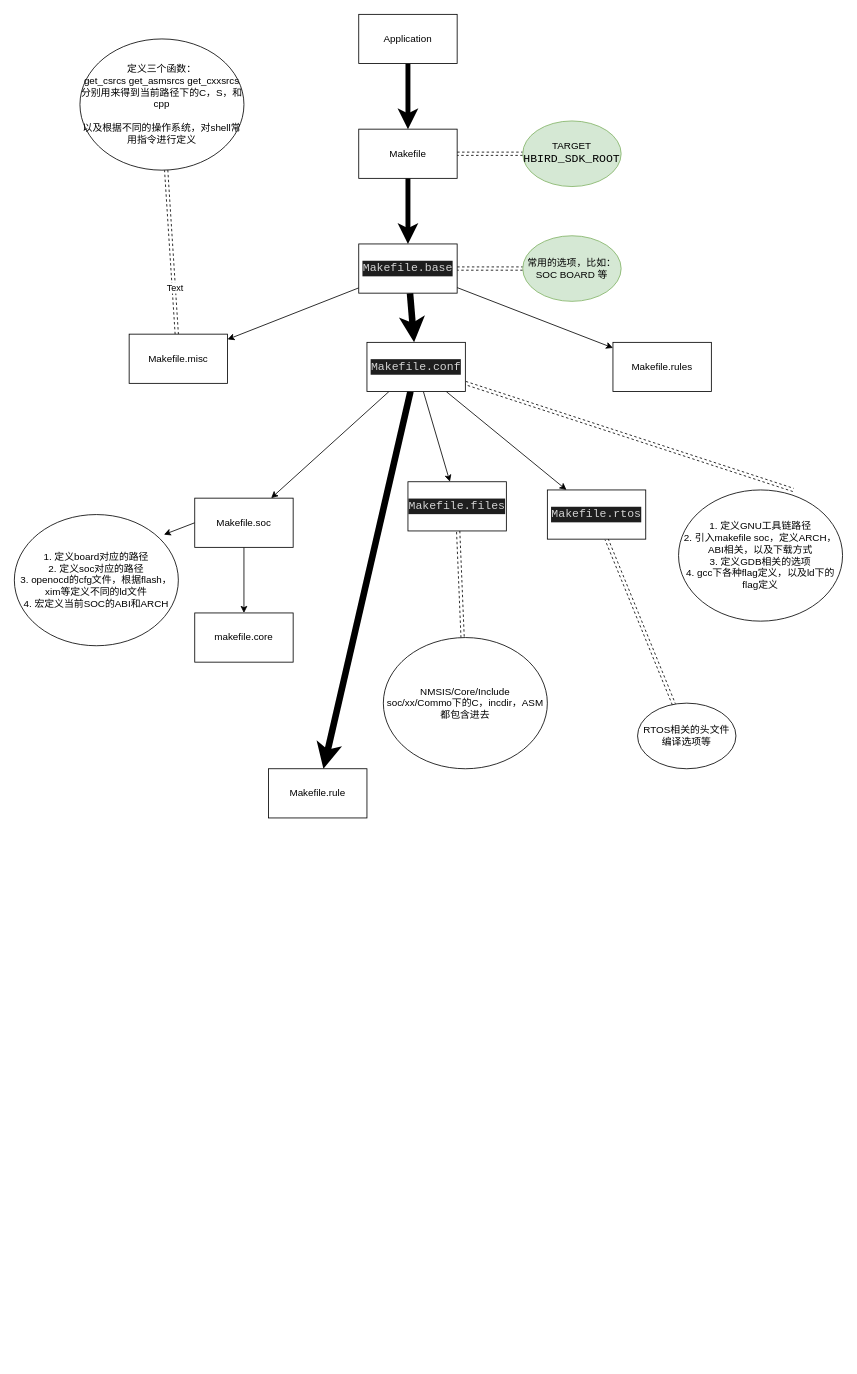
Above: Untitled Diagram.drawio in wangpengabc/test (draw.io), before the change. Source tidied: cells renumbered, new cells numbered last; positions are measured from the earlier drawing's top-left corner, leaving out a move shared by most shapes. Both pictures are drawn from the tidied source at 82%, with x=0, y=0 at pixel (14, 14).
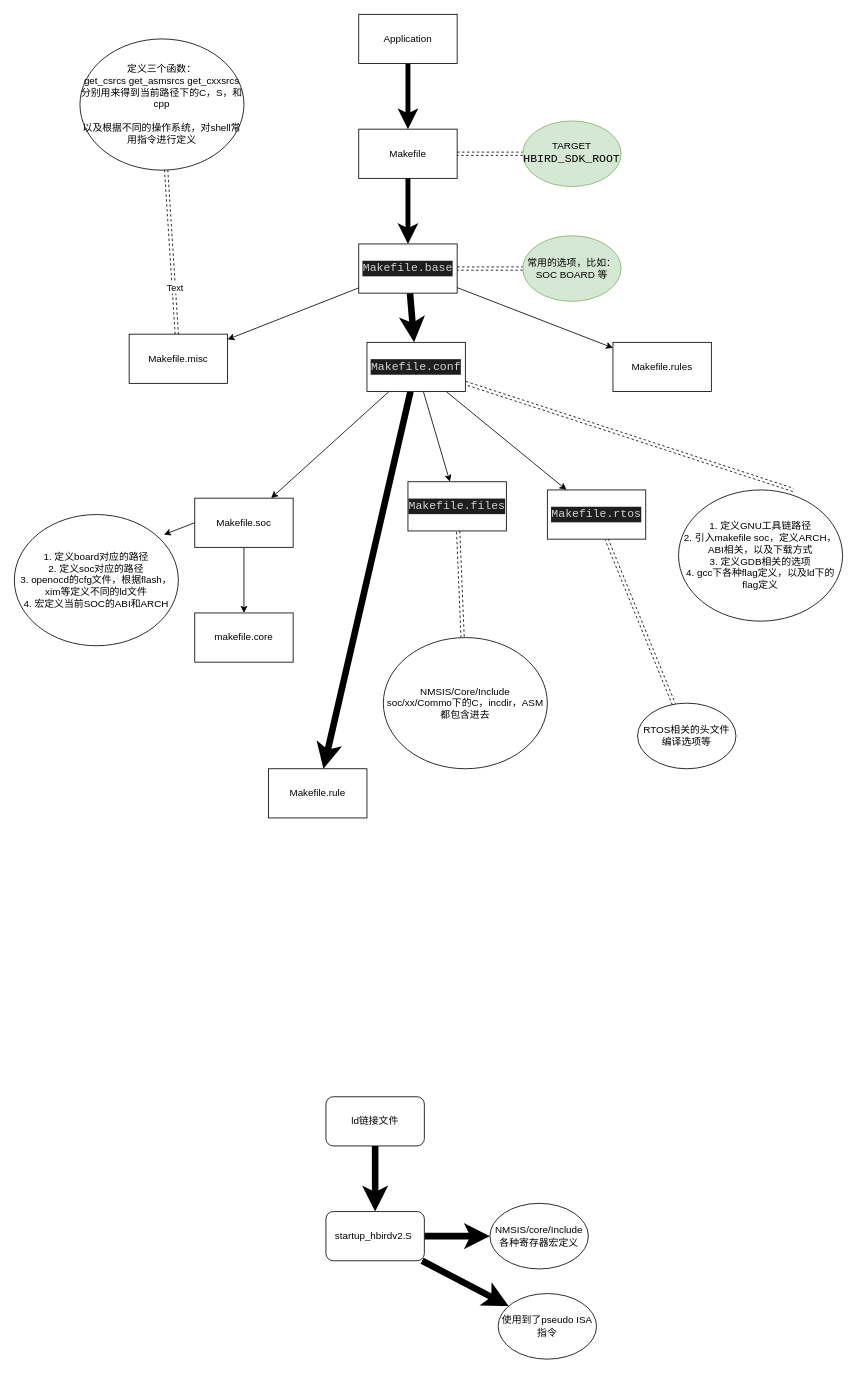
After the change.

Diff of the diagram source:
```diff
@@
+    <mxCell id="38" style="edgeStyle=none;jettySize=auto;html=1;strokeWidth=8;" parent="1" edge="1" source="39" target="42">
+      <mxGeometry relative="1" as="geometry" />
+    </mxCell>
+    <mxCell id="39" value="ld链接文件&lt;br&gt;" style="rounded=1;whiteSpace=wrap;html=1;" parent="1" vertex="1">
+      <mxGeometry x="380" y="1320" width="120" height="60" as="geometry" />
+    </mxCell>
+    <mxCell id="40" style="edgeStyle=none;jettySize=auto;html=1;strokeWidth=8;" parent="1" edge="1" source="42" target="43">
+      <mxGeometry relative="1" as="geometry" />
+    </mxCell>
+    <mxCell id="41" style="edgeStyle=none;jettySize=auto;html=1;strokeWidth=8;" parent="1" edge="1" source="42" target="44">
+      <mxGeometry relative="1" as="geometry" />
+    </mxCell>
+    <mxCell id="42" value="startup_hbirdv2.S&lt;b&gt;&amp;nbsp;&lt;/b&gt;" style="whiteSpace=wrap;html=1;rounded=1;" parent="1" vertex="1">
+      <mxGeometry x="380" y="1460" width="120" height="60" as="geometry" />
+    </mxCell>
+    <mxCell id="43" value="NMSIS/core/Include各种寄存器宏定义" style="ellipse;whiteSpace=wrap;html=1;rounded=1;" parent="1" vertex="1">
+      <mxGeometry x="580" y="1450" width="120" height="80" as="geometry" />
+    </mxCell>
+    <mxCell id="44" value="使用到了pseudo ISA指令" style="ellipse;whiteSpace=wrap;html=1;rounded=1;" parent="1" vertex="1">
+      <mxGeometry x="590" y="1560" width="120" height="80" as="geometry" />
+    </mxCell>
```
